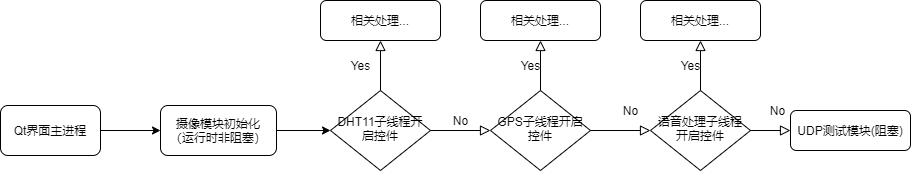
Before: 业务流程.png, a diagram exported from draw.io (daftpumpkin/IoT.io). Source tidied: cells renumbered, new cells last; positions are measured from the earlier drawing's top-left corner, leaving out a move shared by most shapes.
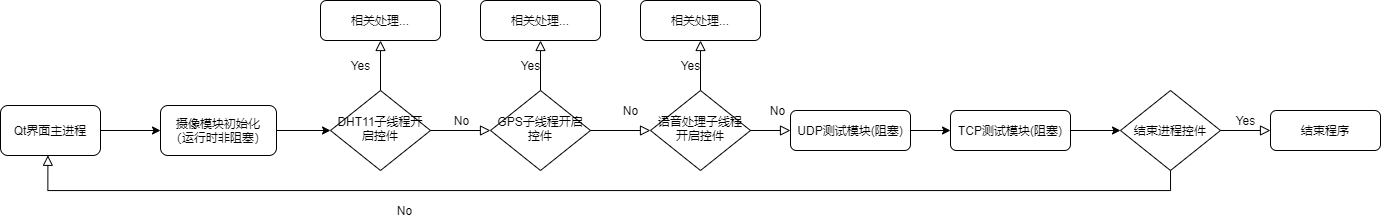
Later version of the same file.

Change to the diagram source:
```diff
@@ -29,6 +29,9 @@
     <mxCell id="10" value="GPS子线程开启控件" style="rhombus;whiteSpace=wrap;html=1;shadow=0;fontFamily=Helvetica;fontSize=12;align=center;strokeWidth=1;spacing=6;spacingTop=-4;" parent="1" vertex="1">
       <mxGeometry x="490" y="90" width="100" height="80" as="geometry" />
     </mxCell>
+    <mxCell id="19" style="edgeStyle=orthogonalEdgeStyle;rounded=0;jettySize=auto;html=1;exitX=1;exitY=0.5;exitDx=0;exitDy=0;entryX=0;entryY=0.5;entryDx=0;entryDy=0;strokeColor=#000000;" parent="1" edge="1" source="11" target="21">
+      <mxGeometry relative="1" as="geometry" />
+    </mxCell>
     <mxCell id="11" value="UDP测试模块(阻塞)" style="rounded=1;whiteSpace=wrap;html=1;fontSize=12;glass=0;strokeWidth=1;shadow=0;" parent="1" vertex="1">
       <mxGeometry x="790" y="110" width="120" height="40" as="geometry" />
     </mxCell>
@@ -53,5 +56,23 @@
     <mxCell id="18" value="No" style="rounded=0;html=1;jettySize=auto;fontSize=11;endArrow=block;endFill=0;endSize=8;strokeWidth=1;shadow=0;labelBackgroundColor=none;edgeStyle=orthogonalEdgeStyle;exitX=1;exitY=0.5;exitDx=0;exitDy=0;entryX=0;entryY=0.5;entryDx=0;entryDy=0;" parent="1" edge="1" source="16" target="11">
       <mxGeometry x="0.33" y="20" relative="1" as="geometry" />
     </mxCell>
+    <mxCell id="20" style="edgeStyle=orthogonalEdgeStyle;rounded=0;jettySize=auto;html=1;exitX=1;exitY=0.5;exitDx=0;exitDy=0;entryX=0;entryY=0.5;entryDx=0;entryDy=0;strokeColor=#000000;" parent="1" edge="1" source="21" target="22">
+      <mxGeometry relative="1" as="geometry" />
+    </mxCell>
+    <mxCell id="21" value="TCP测试模块(阻塞)" style="rounded=1;whiteSpace=wrap;html=1;fontSize=12;glass=0;strokeWidth=1;shadow=0;" parent="1" vertex="1">
+      <mxGeometry x="950" y="110" width="120" height="40" as="geometry" />
+    </mxCell>
+    <mxCell id="22" value="结束进程控件" style="rhombus;whiteSpace=wrap;html=1;" parent="1" vertex="1">
+      <mxGeometry x="1120" y="90" width="100" height="80" as="geometry" />
+    </mxCell>
+    <mxCell id="23" value="No" style="rounded=0;html=1;jettySize=auto;fontSize=11;endArrow=block;endFill=0;endSize=8;strokeWidth=1;shadow=0;labelBackgroundColor=none;edgeStyle=orthogonalEdgeStyle;exitX=0.5;exitY=1;exitDx=0;exitDy=0;entryX=0.474;entryY=0.996;entryDx=0;entryDy=0;entryPerimeter=0;" parent="1" edge="1" source="22" target="3">
+      <mxGeometry x="0.33" y="20" relative="1" as="geometry" />
+    </mxCell>
+    <mxCell id="24" value="结束程序" style="rounded=1;whiteSpace=wrap;html=1;" parent="1" vertex="1">
+      <mxGeometry x="1270" y="110" width="110" height="40" as="geometry" />
+    </mxCell>
+    <mxCell id="25" value="Yes" style="edgeStyle=orthogonalEdgeStyle;rounded=0;html=1;jettySize=auto;fontSize=11;endArrow=block;endFill=0;endSize=8;strokeWidth=1;shadow=0;labelBackgroundColor=none;entryX=0;entryY=0.5;entryDx=0;entryDy=0;exitX=1;exitY=0.5;exitDx=0;exitDy=0;" parent="1" edge="1" source="22" target="24">
+      <mxGeometry y="10" relative="1" as="geometry" />
+    </mxCell>
   </root>
 </mxGraphModel>
```
